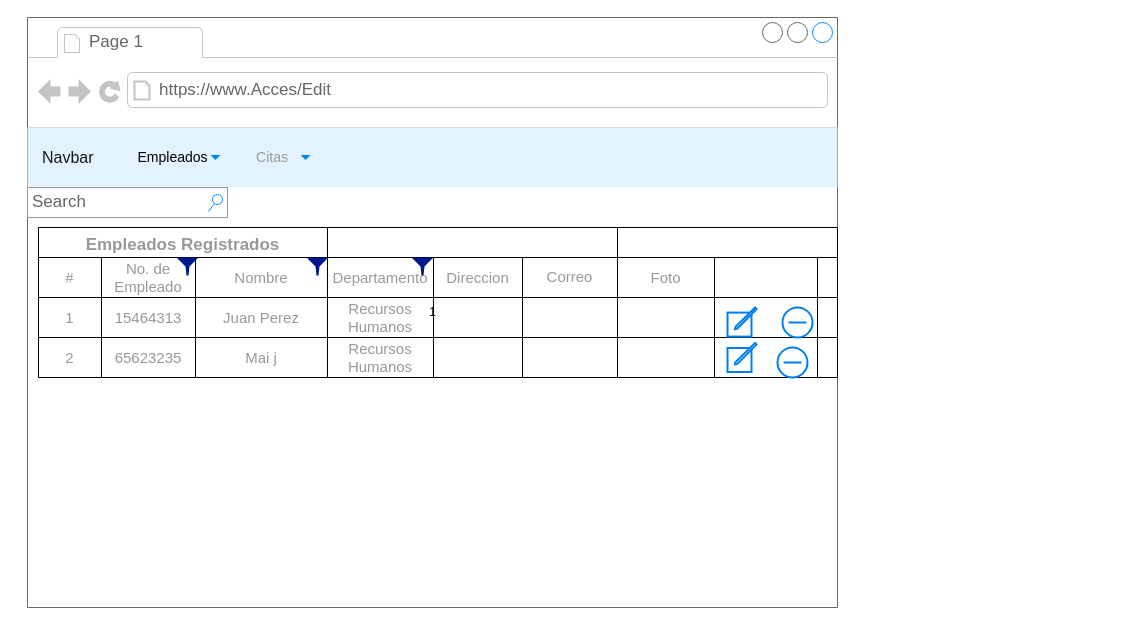
Earlier version of the draw.io diagram page "Edit" (4 of 9) of Untitled Diagram.drawio (GwenBZ/AccesoEmpresa). Source tidied: cells renumbered, new cells numbered last; positions are measured from the earlier drawing's top-left corner, leaving out a move shared by most shapes. Both pictures are drawn from the tidied source at 100%, with x=0, y=0 at pixel (27, 17).
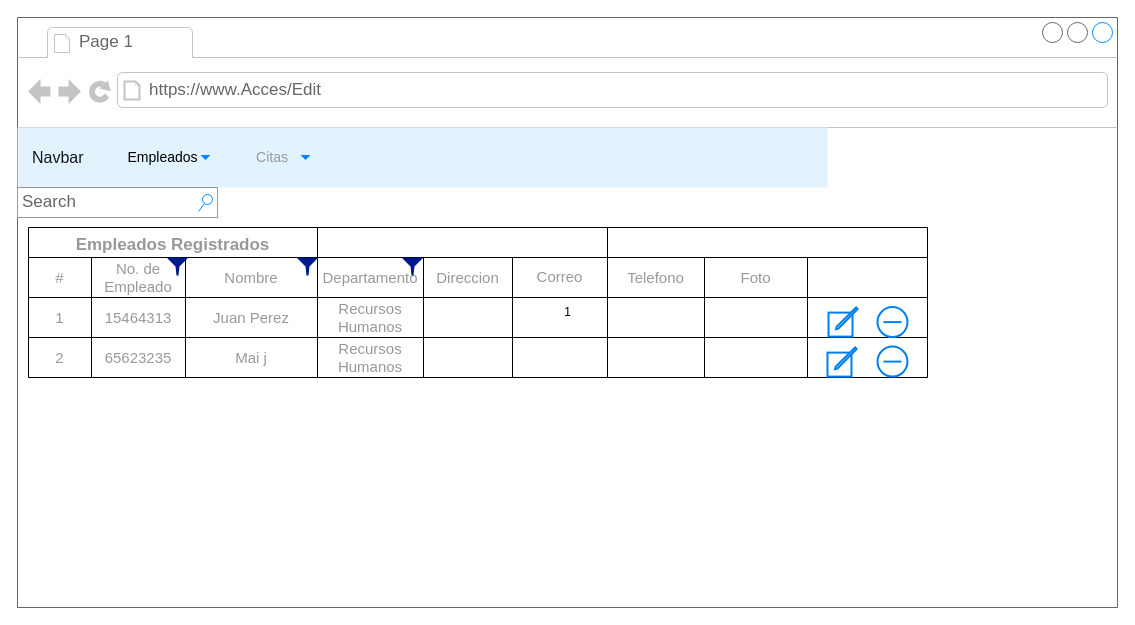
The same diagram, later.

What changed in the source:
```diff
@@
     <mxCell id="2" value="1" style="strokeWidth=1;shadow=0;dashed=0;align=center;html=1;shape=mxgraph.mockup.containers.browserWindow;rSize=0;strokeColor=#666666;strokeColor2=#008cff;strokeColor3=#c4c4c4;mainText=,;" parent="1" vertex="1">
-      <mxGeometry width="810" height="590" as="geometry" />
+      <mxGeometry x="-10" width="1100" height="590" as="geometry" />
     </mxCell>
@@
     <mxCell id="34" style="shape=table;startSize=30;childLayout=tableLayout;fontStyle=1;align=center;fontSize=15;fontColor=#999999;" parent="2" vertex="1">
-      <mxGeometry x="590" y="210" width="220" height="150" as="geometry" />
+      <mxGeometry x="590" y="210" width="320" height="150" as="geometry" />
     </mxCell>
     <mxCell id="35" style="shape=tableRow;horizontal=0;startSize=0;swimlaneHead=0;swimlaneBody=0;top=0;left=0;bottom=0;right=0;fillColor=none;fontSize=17;fontColor=#999999;" parent="34" vertex="1">
-      <mxGeometry y="30" width="220" height="40" as="geometry" />
+      <mxGeometry y="30" width="320" height="40" as="geometry" />
     </mxCell>
-    <mxCell id="36" value="Foto" style="shape=partialRectangle;html=1;whiteSpace=wrap;fillColor=none;top=0;left=0;bottom=0;right=0;overflow=hidden;fontSize=15;fontColor=#999999;" parent="35" vertex="1">
+    <mxCell id="36" value="Telefono" style="shape=partialRectangle;html=1;whiteSpace=wrap;fillColor=none;top=0;left=0;bottom=0;right=0;overflow=hidden;fontSize=15;fontColor=#999999;" parent="35" vertex="1">
       <mxGeometry width="97" height="40" as="geometry" />
     </mxCell>
-    <mxCell id="37" style="shape=partialRectangle;html=1;whiteSpace=wrap;fillColor=none;top=0;left=0;bottom=0;right=0;overflow=hidden;fontSize=15;fontColor=#999999;" parent="35" vertex="1">
+    <mxCell id="37" value="Foto" style="shape=partialRectangle;html=1;whiteSpace=wrap;fillColor=none;top=0;left=0;bottom=0;right=0;overflow=hidden;fontSize=15;fontColor=#999999;" parent="35" vertex="1">
       <mxGeometry x="97" width="103" height="40" as="geometry" />
     </mxCell>
     <mxCell id="38" style="shape=partialRectangle;html=1;whiteSpace=wrap;fillColor=none;top=0;left=0;bottom=0;right=0;overflow=hidden;fontSize=17;fontColor=#999999;" parent="35" vertex="1">
-      <mxGeometry x="200" width="20" height="40" as="geometry" />
+      <mxGeometry x="200" width="120" height="40" as="geometry" />
     </mxCell>
     <mxCell id="39" style="shape=tableRow;horizontal=0;startSize=0;swimlaneHead=0;swimlaneBody=0;top=0;left=0;bottom=0;right=0;fillColor=none;fontSize=17;fontColor=#999999;" parent="34" vertex="1">
-      <mxGeometry y="70" width="220" height="40" as="geometry" />
+      <mxGeometry y="70" width="320" height="40" as="geometry" />
     </mxCell>
@@
     <mxCell id="42" style="shape=partialRectangle;html=1;whiteSpace=wrap;fillColor=none;top=0;left=0;bottom=0;right=0;overflow=hidden;fontSize=17;fontColor=#999999;" parent="39" vertex="1">
-      <mxGeometry x="200" width="20" height="40" as="geometry" />
+      <mxGeometry x="200" width="120" height="40" as="geometry" />
     </mxCell>
     <mxCell id="43" style="shape=tableRow;horizontal=0;startSize=0;swimlaneHead=0;swimlaneBody=0;top=0;left=0;bottom=0;right=0;fillColor=none;fontSize=17;fontColor=#999999;" parent="34" vertex="1">
-      <mxGeometry y="110" width="220" height="40" as="geometry" />
+      <mxGeometry y="110" width="320" height="40" as="geometry" />
     </mxCell>
@@
     <mxCell id="46" style="shape=partialRectangle;html=1;whiteSpace=wrap;fillColor=none;top=0;left=0;bottom=0;right=0;overflow=hidden;fontSize=17;fontColor=#999999;" parent="43" vertex="1">
-      <mxGeometry x="200" width="20" height="40" as="geometry" />
+      <mxGeometry x="200" width="120" height="40" as="geometry" />
     </mxCell>
     <mxCell id="47" style="html=1;verticalLabelPosition=bottom;align=center;labelBackgroundColor=#ffffff;verticalAlign=top;strokeWidth=2;strokeColor=#0080F0;shadow=0;dashed=0;shape=mxgraph.ios7.icons.compose;fontSize=15;fontColor=#999999;" parent="2" vertex="1">
-      <mxGeometry x="700" y="290" width="29.1" height="29.1" as="geometry" />
+      <mxGeometry x="811" y="290" width="29.1" height="29.1" as="geometry" />
     </mxCell>
     <mxCell id="48" style="html=1;verticalLabelPosition=bottom;align=center;labelBackgroundColor=#ffffff;verticalAlign=top;strokeWidth=2;strokeColor=#0080F0;shadow=0;dashed=0;shape=mxgraph.ios7.icons.compose;fontSize=15;fontColor=#999999;" parent="2" vertex="1">
-      <mxGeometry x="700" y="325.4" width="29.1" height="29.1" as="geometry" />
+      <mxGeometry x="810" y="330" width="29.1" height="29.1" as="geometry" />
     </mxCell>
@@
     <mxCell id="50" style="html=1;verticalLabelPosition=bottom;align=center;labelBackgroundColor=#ffffff;verticalAlign=top;strokeWidth=2;strokeColor=#0080F0;shadow=0;dashed=0;shape=mxgraph.ios7.icons.delete;fontSize=15;fontColor=#999999;" parent="2" vertex="1">
-      <mxGeometry x="755" y="290" width="30" height="30" as="geometry" />
+      <mxGeometry x="860" y="289.6" width="30" height="30" as="geometry" />
     </mxCell>
     <mxCell id="51" style="html=1;verticalLabelPosition=bottom;align=center;labelBackgroundColor=#ffffff;verticalAlign=top;strokeWidth=2;strokeColor=#0080F0;shadow=0;dashed=0;shape=mxgraph.ios7.icons.delete;fontSize=15;fontColor=#999999;" parent="2" vertex="1">
-      <mxGeometry x="750" y="330" width="30" height="30" as="geometry" />
+      <mxGeometry x="860" y="329.1" width="30" height="30" as="geometry" />
     </mxCell>
```
